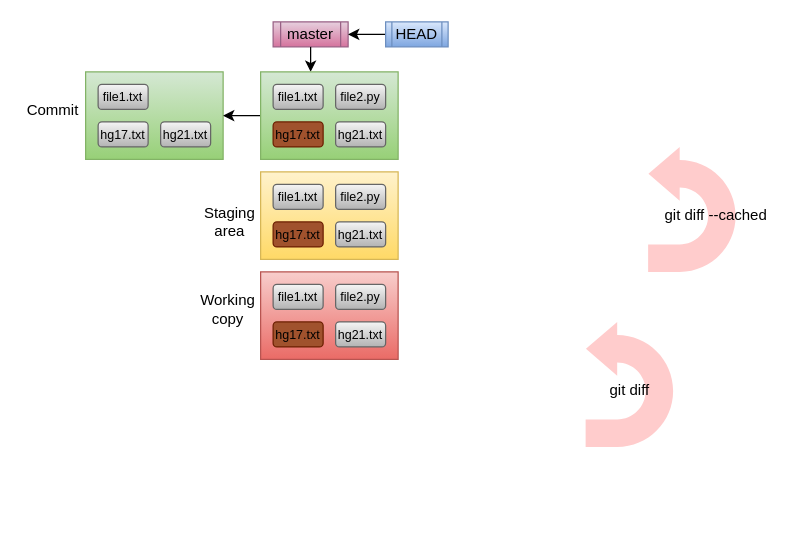
Earlier version of the draw.io diagram page "Git2" (2 of 4) of git/images/Git.drawio (lacounty-isab/workshops). Source tidied: cells renumbered, new cells numbered last; positions are measured from the earlier drawing's top-left corner, leaving out a move shared by most shapes. Both pictures are drawn from the tidied source at 125%, with x=0, y=0 at pixel (21, 21).
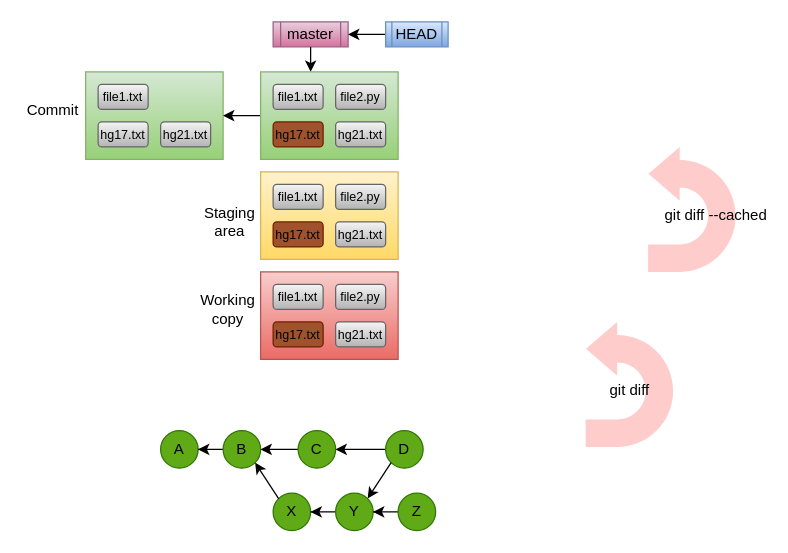
The same diagram, later.

Diff of the diagram source:
```diff
@@
+    <mxCell id="31" value="&lt;font color=&quot;#000000&quot;&gt;A&lt;/font&gt;" style="ellipse;whiteSpace=wrap;html=1;fillColor=#60a917;strokeColor=#2D7600;fontColor=#ffffff;" parent="1" vertex="1">
+      <mxGeometry x="111" y="327" width="30" height="30" as="geometry" />
+    </mxCell>
+    <mxCell id="32" style="edgeStyle=orthogonalEdgeStyle;rounded=0;jettySize=auto;html=1;entryX=1;entryY=0.5;entryDx=0;entryDy=0;" parent="1" edge="1" source="33" target="31">
+      <mxGeometry relative="1" as="geometry" />
+    </mxCell>
+    <mxCell id="33" value="&lt;font color=&quot;#000000&quot;&gt;B&lt;/font&gt;" style="ellipse;whiteSpace=wrap;html=1;fillColor=#60a917;strokeColor=#2D7600;fontColor=#ffffff;" parent="1" vertex="1">
+      <mxGeometry x="161" y="327" width="30" height="30" as="geometry" />
+    </mxCell>
+    <mxCell id="34" value="&lt;font color=&quot;#000000&quot;&gt;X&lt;/font&gt;" style="ellipse;whiteSpace=wrap;html=1;fillColor=#60a917;strokeColor=#2D7600;fontColor=#ffffff;" parent="1" vertex="1">
+      <mxGeometry x="201" y="377" width="30" height="30" as="geometry" />
+    </mxCell>
+    <mxCell id="35" style="endArrow=classic;html=1;fontColor=#000000;entryX=1;entryY=1;entryDx=0;entryDy=0;exitX=0;exitY=0;exitDx=0;exitDy=0;" parent="1" edge="1" source="34" target="33">
+      <mxGeometry relative="1" as="geometry" />
+    </mxCell>
+    <mxCell id="36" style="edgeStyle=orthogonalEdgeStyle;rounded=0;jettySize=auto;html=1;entryX=1;entryY=0.5;entryDx=0;entryDy=0;fontColor=#000000;" parent="1" edge="1" source="37" target="34">
+      <mxGeometry relative="1" as="geometry" />
+    </mxCell>
+    <mxCell id="37" value="&lt;font color=&quot;#000000&quot;&gt;Y&lt;/font&gt;" style="ellipse;whiteSpace=wrap;html=1;fillColor=#60a917;strokeColor=#2D7600;fontColor=#ffffff;" parent="1" vertex="1">
+      <mxGeometry x="251" y="377" width="30" height="30" as="geometry" />
+    </mxCell>
+    <mxCell id="38" style="edgeStyle=orthogonalEdgeStyle;rounded=0;jettySize=auto;html=1;entryX=1;entryY=0.5;entryDx=0;entryDy=0;" parent="1" edge="1" source="39" target="33">
+      <mxGeometry relative="1" as="geometry" />
+    </mxCell>
+    <mxCell id="39" value="&lt;font color=&quot;#000000&quot;&gt;C&lt;/font&gt;" style="ellipse;whiteSpace=wrap;html=1;fillColor=#60a917;strokeColor=#2D7600;fontColor=#ffffff;" parent="1" vertex="1">
+      <mxGeometry x="221" y="327" width="30" height="30" as="geometry" />
+    </mxCell>
+    <mxCell id="40" style="edgeStyle=orthogonalEdgeStyle;rounded=0;jettySize=auto;html=1;entryX=1;entryY=0.5;entryDx=0;entryDy=0;" parent="1" edge="1" source="41" target="39">
+      <mxGeometry relative="1" as="geometry" />
+    </mxCell>
+    <mxCell id="41" value="&lt;font color=&quot;#000000&quot;&gt;D&lt;/font&gt;" style="ellipse;whiteSpace=wrap;html=1;fillColor=#60a917;strokeColor=#2D7600;fontColor=#ffffff;" parent="1" vertex="1">
+      <mxGeometry x="291" y="327" width="30" height="30" as="geometry" />
+    </mxCell>
+    <mxCell id="42" style="endArrow=classic;html=1;fontColor=#000000;entryX=1;entryY=0;entryDx=0;entryDy=0;exitX=0;exitY=1;exitDx=0;exitDy=0;" parent="1" edge="1" source="41" target="37">
+      <mxGeometry relative="1" as="geometry" />
+    </mxCell>
+    <mxCell id="43" style="edgeStyle=orthogonalEdgeStyle;rounded=0;jettySize=auto;html=1;entryX=1;entryY=0.5;entryDx=0;entryDy=0;" parent="1" edge="1" source="44" target="37">
+      <mxGeometry relative="1" as="geometry" />
+    </mxCell>
+    <mxCell id="44" value="&lt;font color=&quot;#000000&quot;&gt;Z&lt;/font&gt;" style="ellipse;whiteSpace=wrap;html=1;fillColor=#60a917;strokeColor=#2D7600;fontColor=#ffffff;" parent="1" vertex="1">
+      <mxGeometry x="301" y="377" width="30" height="30" as="geometry" />
+    </mxCell>
```
